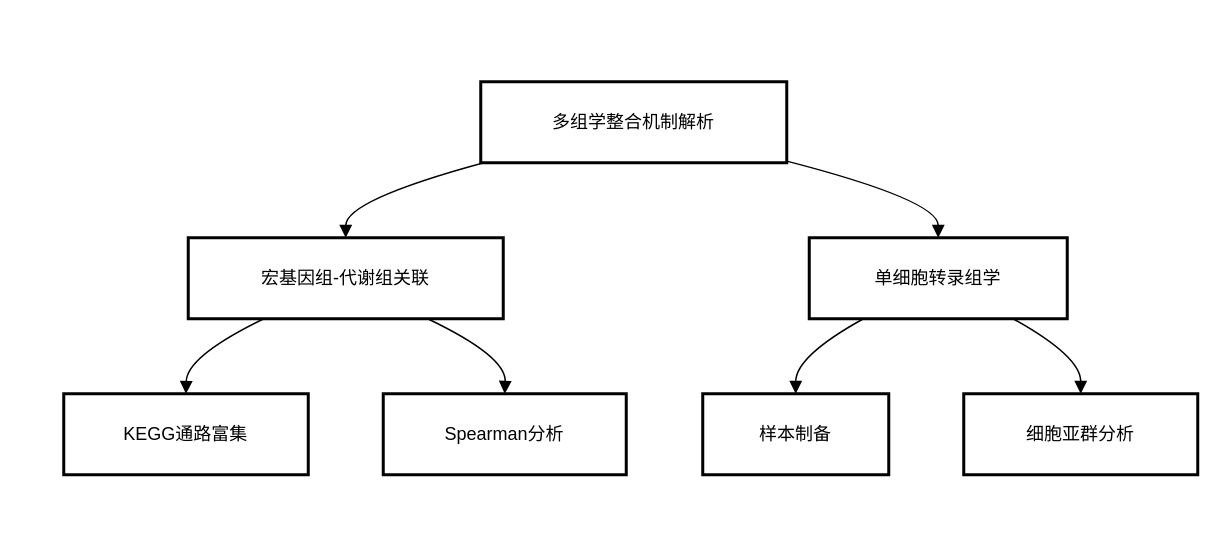
Before: 技术路线图4.drawio in DavidWang2019/TEST, a draw.io diagram. Source tidied: cells renumbered, new cells numbered last; positions are measured from the earlier drawing's top-left corner, leaving out a move shared by most shapes. Both pictures are drawn from the tidied source at 150%, with x=0, y=0 at pixel (63, 81).
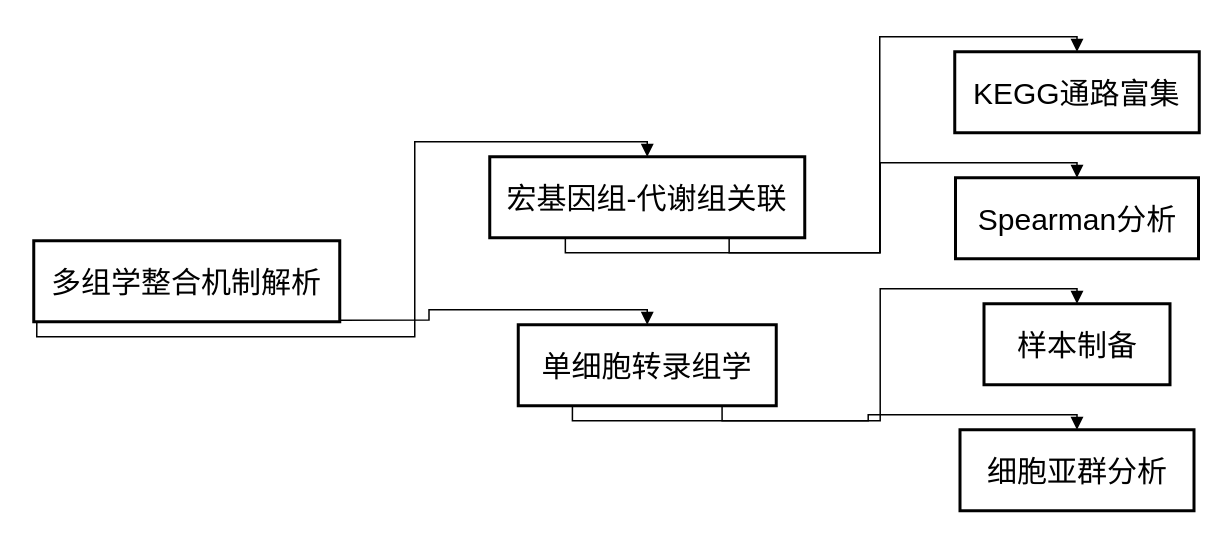
Above is the later version.

Commit message (it also covers changes not shown here):
更新技术路线图4.drawio

What changed in the source:
```diff
@@
-    <mxCell id="2" value="多组学整合机制解析" style="whiteSpace=wrap;strokeWidth=2;" parent="1" vertex="1">
-      <mxGeometry x="278" width="204" height="54" as="geometry" />
+    <mxCell id="2" value="多组学整合机制解析" style="whiteSpace=wrap;strokeWidth=2;fontSize=20;" parent="1" vertex="1">
+      <mxGeometry x="-20" y="106" width="204" height="54" as="geometry" />
     </mxCell>
-    <mxCell id="3" value="宏基因组-代谢组关联" style="whiteSpace=wrap;strokeWidth=2;" parent="1" vertex="1">
-      <mxGeometry x="83" y="104" width="210" height="54" as="geometry" />
+    <mxCell id="3" value="宏基因组-代谢组关联" style="whiteSpace=wrap;strokeWidth=2;fontSize=20;" parent="1" vertex="1">
+      <mxGeometry x="284" y="50" width="210" height="54" as="geometry" />
     </mxCell>
-    <mxCell id="4" value="单细胞转录组学" style="whiteSpace=wrap;strokeWidth=2;" parent="1" vertex="1">
-      <mxGeometry x="497" y="104" width="172" height="54" as="geometry" />
+    <mxCell id="4" value="单细胞转录组学" style="whiteSpace=wrap;strokeWidth=2;fontSize=20;" parent="1" vertex="1">
+      <mxGeometry x="303" y="162" width="172" height="54" as="geometry" />
     </mxCell>
-    <mxCell id="5" value="KEGG通路富集" style="whiteSpace=wrap;strokeWidth=2;" parent="1" vertex="1">
-      <mxGeometry y="208" width="163" height="54" as="geometry" />
+    <mxCell id="5" value="KEGG通路富集" style="whiteSpace=wrap;strokeWidth=2;fontSize=20;" parent="1" vertex="1">
+      <mxGeometry x="594" y="-20" width="163" height="54" as="geometry" />
     </mxCell>
-    <mxCell id="6" value="Spearman分析" style="whiteSpace=wrap;strokeWidth=2;" parent="1" vertex="1">
-      <mxGeometry x="213" y="208" width="162" height="54" as="geometry" />
+    <mxCell id="6" value="Spearman分析" style="whiteSpace=wrap;strokeWidth=2;fontSize=20;" parent="1" vertex="1">
+      <mxGeometry x="594.5" y="64" width="162" height="54" as="geometry" />
     </mxCell>
-    <mxCell id="7" value="样本制备" style="whiteSpace=wrap;strokeWidth=2;" parent="1" vertex="1">
-      <mxGeometry x="426" y="208" width="124" height="54" as="geometry" />
+    <mxCell id="7" value="样本制备" style="whiteSpace=wrap;strokeWidth=2;fontSize=20;" parent="1" vertex="1">
+      <mxGeometry x="613.5" y="148" width="124" height="54" as="geometry" />
     </mxCell>
-    <mxCell id="8" value="细胞亚群分析" style="whiteSpace=wrap;strokeWidth=2;" parent="1" vertex="1">
-      <mxGeometry x="600" y="208" width="156" height="54" as="geometry" />
+    <mxCell id="8" value="细胞亚群分析" style="whiteSpace=wrap;strokeWidth=2;fontSize=20;" parent="1" vertex="1">
+      <mxGeometry x="597.5" y="232" width="156" height="54" as="geometry" />
     </mxCell>
-    <mxCell id="9" style="curved=1;startArrow=none;endArrow=block;exitX=0.01;exitY=1;entryX=0.5;entryY=0;rounded=0;" parent="1" edge="1" source="2" target="3">
-      <mxGeometry relative="1" as="geometry">
-        <Array as="points">
-          <mxPoint x="188" y="79" />
-        </Array>
-      </mxGeometry>
+    <mxCell id="9" style="startArrow=none;endArrow=block;exitX=0.01;exitY=1;entryX=0.5;entryY=0;rounded=0;orthogonal=1;fontSize=20;edgeStyle=orthogonalEdgeStyle;" parent="1" edge="1" source="2" target="3">
+      <mxGeometry relative="1" as="geometry" />
     </mxCell>
-    <mxCell id="10" style="curved=1;startArrow=none;endArrow=block;exitX=1;exitY=0.98;entryX=0.5;entryY=0;rounded=0;" parent="1" edge="1" source="2" target="4">
-      <mxGeometry relative="1" as="geometry">
-        <Array as="points">
-          <mxPoint x="583" y="79" />
-        </Array>
-      </mxGeometry>
+    <mxCell id="10" style="startArrow=none;endArrow=block;exitX=1;exitY=0.98;entryX=0.5;entryY=0;rounded=0;orthogonal=1;fontSize=20;edgeStyle=orthogonalEdgeStyle;" parent="1" edge="1" source="2" target="4">
+      <mxGeometry relative="1" as="geometry" />
     </mxCell>
-    <mxCell id="11" style="curved=1;startArrow=none;endArrow=block;exitX=0.24;exitY=1;entryX=0.5;entryY=0;rounded=0;" parent="1" edge="1" source="3" target="5">
-      <mxGeometry relative="1" as="geometry">
-        <Array as="points">
-          <mxPoint x="82" y="183" />
-        </Array>
-      </mxGeometry>
+    <mxCell id="11" style="startArrow=none;endArrow=block;exitX=0.24;exitY=1;entryX=0.5;entryY=0;rounded=0;orthogonal=1;fontSize=20;edgeStyle=orthogonalEdgeStyle;" parent="1" edge="1" source="3" target="5">
+      <mxGeometry relative="1" as="geometry" />
     </mxCell>
-    <mxCell id="12" style="curved=1;startArrow=none;endArrow=block;exitX=0.76;exitY=1;entryX=0.5;entryY=0;rounded=0;" parent="1" edge="1" source="3" target="6">
-      <mxGeometry relative="1" as="geometry">
-        <Array as="points">
-          <mxPoint x="295" y="183" />
-        </Array>
-      </mxGeometry>
+    <mxCell id="12" style="startArrow=none;endArrow=block;exitX=0.76;exitY=1;entryX=0.5;entryY=0;rounded=0;orthogonal=1;fontSize=20;edgeStyle=orthogonalEdgeStyle;" parent="1" edge="1" source="3" target="6">
+      <mxGeometry relative="1" as="geometry" />
     </mxCell>
-    <mxCell id="13" style="curved=1;startArrow=none;endArrow=block;exitX=0.21;exitY=1;entryX=0.5;entryY=0;rounded=0;" parent="1" edge="1" source="4" target="7">
-      <mxGeometry relative="1" as="geometry">
-        <Array as="points">
-          <mxPoint x="488" y="183" />
-        </Array>
-      </mxGeometry>
+    <mxCell id="13" style="startArrow=none;endArrow=block;exitX=0.21;exitY=1;entryX=0.5;entryY=0;rounded=0;orthogonal=1;fontSize=20;edgeStyle=orthogonalEdgeStyle;" parent="1" edge="1" source="4" target="7">
+      <mxGeometry relative="1" as="geometry" />
     </mxCell>
-    <mxCell id="14" style="curved=1;startArrow=none;endArrow=block;exitX=0.79;exitY=1;entryX=0.5;entryY=0;rounded=0;" parent="1" edge="1" source="4" target="8">
-      <mxGeometry relative="1" as="geometry">
-        <Array as="points">
-          <mxPoint x="678" y="183" />
-        </Array>
-      </mxGeometry>
+    <mxCell id="14" style="startArrow=none;endArrow=block;exitX=0.79;exitY=1;entryX=0.5;entryY=0;rounded=0;orthogonal=1;fontSize=20;edgeStyle=orthogonalEdgeStyle;" parent="1" edge="1" source="4" target="8">
+      <mxGeometry relative="1" as="geometry" />
     </mxCell>
```
